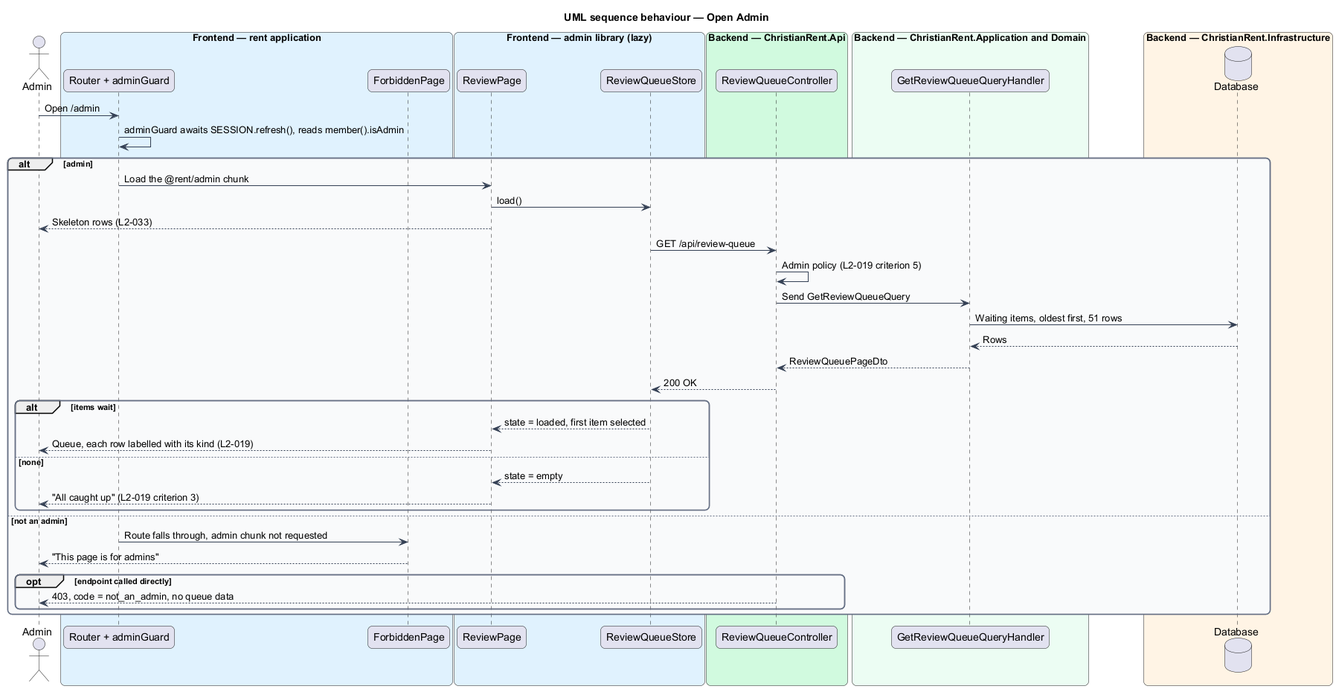
QuinntyneBrown/christian-rent keeps this PlantUML diagram as docs/detailed-designs/review/view-review-queue/diagrams/sequence-open-queue.png. Above is the earlier version. Its source is kept beside it as docs/detailed-designs/review/view-review-queue/diagrams/sequence-open-queue.puml.
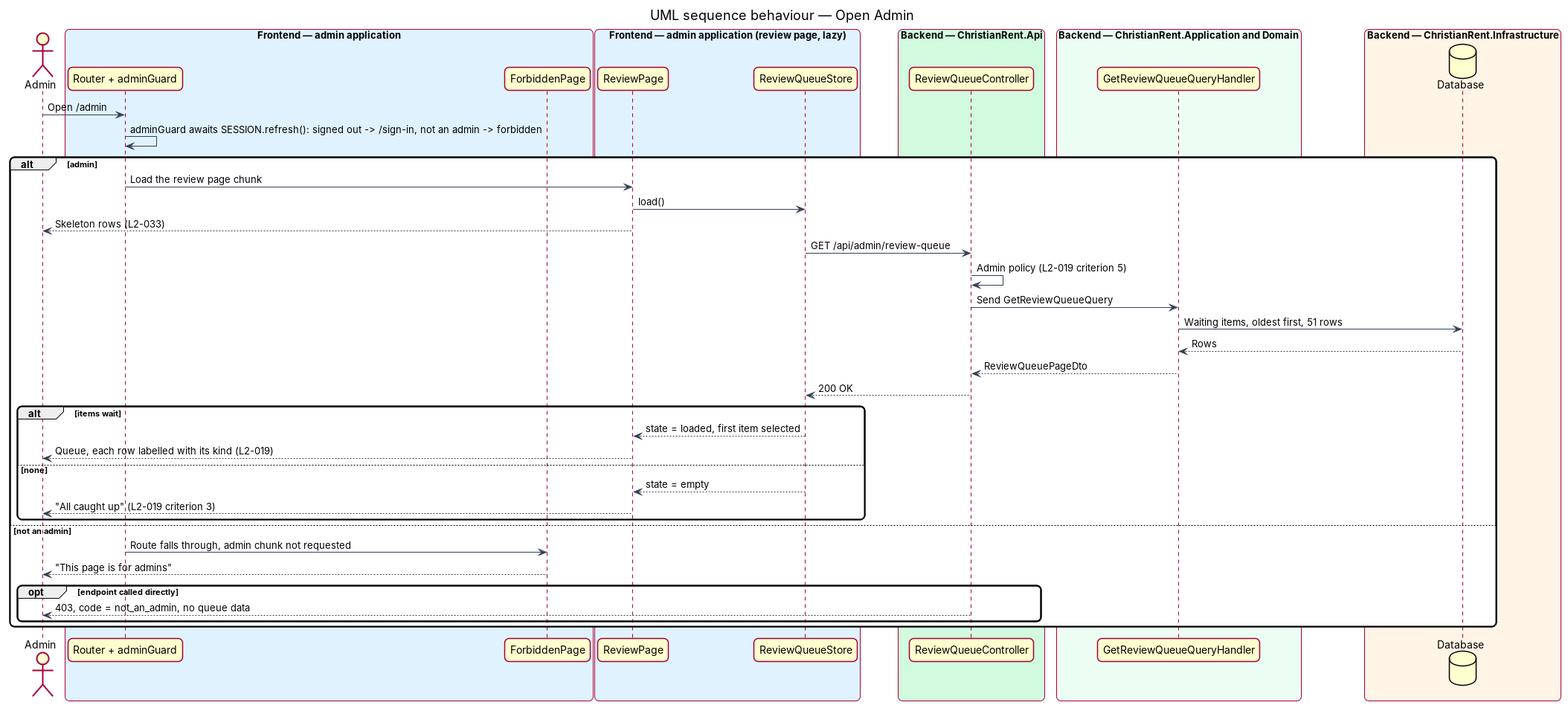
Later version of the same file.

Change to the diagram source:
```diff
@@ -15,11 +15,11 @@
   BackgroundColor #F9FAFB
 }
 actor "Admin" as actor
-box "Frontend — rent application" #E0F2FE
+box "Frontend — admin application" #E0F2FE
   participant "Router + adminGuard" as router
   participant "ForbiddenPage" as forbid
 end box
-box "Frontend — admin library (lazy)" #E0F2FE
+box "Frontend — admin application (review page, lazy)" #E0F2FE
   participant "ReviewPage" as page
   participant "ReviewQueueStore" as store
 end box
@@ -33,12 +33,12 @@
   database "Database" as db
 end box
 actor -> router : Open /admin
-router -> router : adminGuard awaits SESSION.refresh(), reads member().isAdmin
+router -> router : adminGuard awaits SESSION.refresh(): signed out -> /sign-in, not an admin -> forbidden
 alt admin
-  router -> page : Load the @rent/admin chunk
+  router -> page : Load the review page chunk
   page -> store : load()
   page --> actor : Skeleton rows (L2-033)
-  store -> ctrl : GET /api/review-queue
+  store -> ctrl : GET /api/admin/review-queue
   ctrl -> ctrl : Admin policy (L2-019 criterion 5)
   ctrl -> handler : Send GetReviewQueueQuery
   handler -> db : Waiting items, oldest first, 51 rows
```
